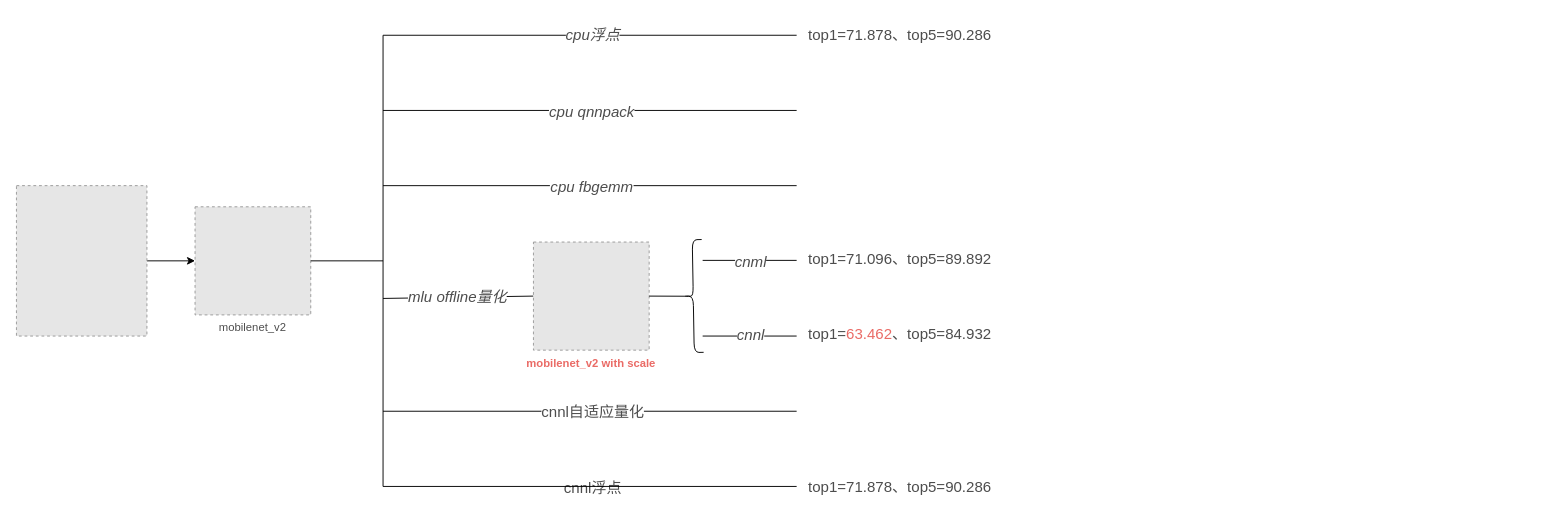
Earlier version of the draw.io diagram torch/quantize_analysis.drawio (alanzhai219/dive_into_framework). Source tidied: cells renumbered, new cells numbered last; positions are measured from the earlier drawing's top-left corner, leaving out a move shared by most shapes. Both pictures are drawn from the tidied source at 94%, with x=0, y=0 at pixel (16, 16). Pictures stored in the file or linked from it are replaced by grey dashed boxes.
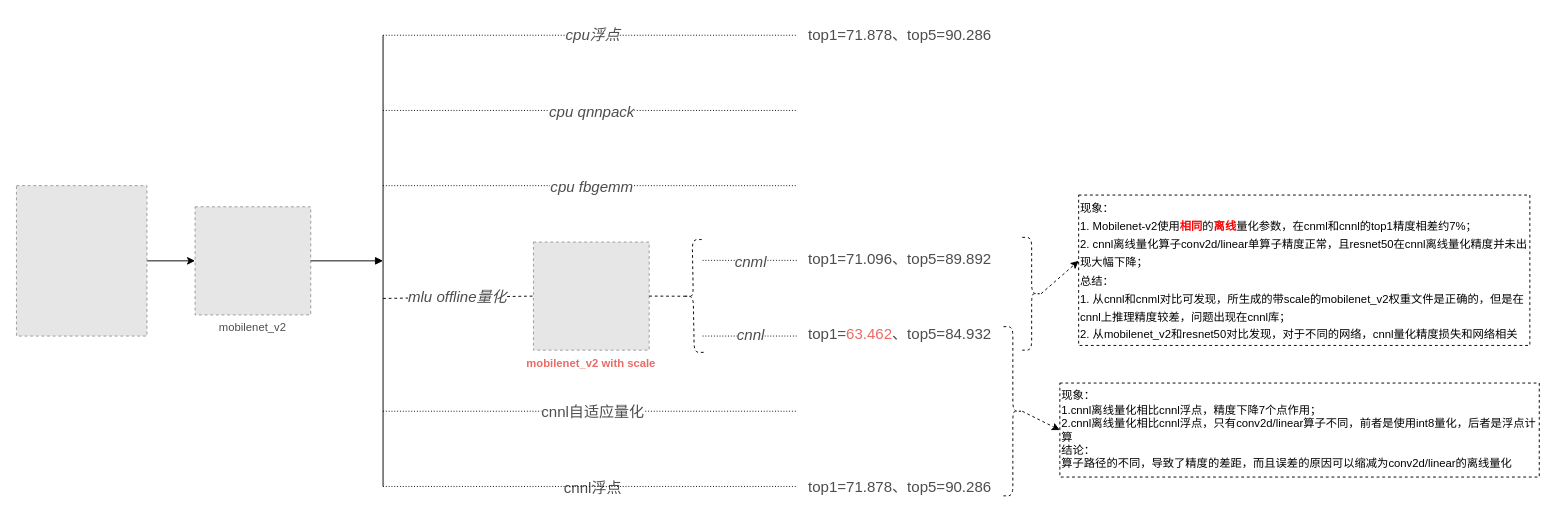
The same page after the edit.

The change refers to these unchanged cells:
```xml
<mxCell id="4" value="mobilenet_v2" style="fillColor=#E6E6E6;strokeColor=#999999;dashed=1;verticalLabelPosition=bottom;verticalAlign=top;fontColor=#4D4D4D;" parent="1" vertex="1">
  <mxGeometry x="190" y="202.5" width="123.1" height="115" as="geometry" />
</mxCell>
<mxCell id="19" value="mobilenet_v2 with scale" style="fillColor=#E6E6E6;strokeColor=#999999;dashed=1;verticalLabelPosition=bottom;verticalAlign=top;fontStyle=1;fontColor=#EA6B66;" parent="1" vertex="1">
  <mxGeometry x="550" y="240" width="123.1" height="115" as="geometry" />
</mxCell>
```

The edit, as a diff of the source:
```diff
@@
-    <mxCell id="5" style="endArrow=none;html=1;rounded=0;exitX=1;exitY=0.5;exitDx=0;exitDy=0;fontColor=#4D4D4D;" parent="1" edge="1" source="4">
+    <mxCell id="5" style="endArrow=block;html=1;rounded=0;exitX=1;exitY=0.5;exitDx=0;exitDy=0;fontColor=#4D4D4D;endFill=1;" parent="1" edge="1" source="4">
       <mxGeometry relative="1" as="geometry">
         <mxPoint x="390" y="260" as="targetPoint" />
       </mxGeometry>
     </mxCell>
@@
-    <mxCell id="7" style="endArrow=none;html=1;rounded=0;fontColor=#4D4D4D;" parent="1" edge="1">
+    <mxCell id="7" style="endArrow=none;html=1;rounded=0;fontColor=#4D4D4D;dashed=1;dashPattern=1 2;" parent="1" edge="1">
       <mxGeometry relative="1" as="geometry">
         <mxPoint x="390" y="20" as="sourcePoint" />
         <mxPoint x="830" y="20" as="targetPoint" />
       </mxGeometry>
     </mxCell>
@@
-    <mxCell id="9" style="endArrow=none;html=1;rounded=0;fontColor=#4D4D4D;" parent="1" edge="1">
+    <mxCell id="9" style="endArrow=none;html=1;rounded=0;fontColor=#4D4D4D;dashed=1;dashPattern=1 2;" parent="1" edge="1">
       <mxGeometry relative="1" as="geometry">
         <mxPoint x="390" y="100" as="sourcePoint" />
         <mxPoint x="830" y="100" as="targetPoint" />
       </mxGeometry>
     </mxCell>
@@
-    <mxCell id="11" style="endArrow=none;html=1;rounded=0;fontColor=#4D4D4D;" parent="1" edge="1">
+    <mxCell id="11" style="endArrow=none;html=1;rounded=0;fontColor=#4D4D4D;dashed=1;dashPattern=1 2;" parent="1" edge="1">
       <mxGeometry relative="1" as="geometry">
         <mxPoint x="390" y="180" as="sourcePoint" />
         <mxPoint x="830" y="180" as="targetPoint" />
       </mxGeometry>
     </mxCell>
@@
-    <mxCell id="13" style="endArrow=none;html=1;rounded=0;entryX=0;entryY=0.5;entryDx=0;entryDy=0;fontColor=#4D4D4D;" parent="1" edge="1" target="19">
+    <mxCell id="13" style="endArrow=none;html=1;rounded=0;entryX=0;entryY=0.5;entryDx=0;entryDy=0;fontColor=#4D4D4D;dashed=1;" parent="1" edge="1" target="19">
       <mxGeometry relative="1" as="geometry">
         <mxPoint x="390" y="300" as="sourcePoint" />
       </mxGeometry>
     </mxCell>
@@
-    <mxCell id="15" style="endArrow=none;html=1;rounded=0;fontColor=#4D4D4D;" parent="1" edge="1">
+    <mxCell id="15" style="endArrow=none;html=1;rounded=0;fontColor=#4D4D4D;dashed=1;dashPattern=1 2;" parent="1" edge="1">
       <mxGeometry relative="1" as="geometry">
         <mxPoint x="390" y="420" as="sourcePoint" />
         <mxPoint x="830" y="420" as="targetPoint" />
       </mxGeometry>
     </mxCell>
@@
-    <mxCell id="17" style="endArrow=none;html=1;rounded=0;fontColor=#4D4D4D;" parent="1" edge="1">
+    <mxCell id="17" style="endArrow=none;html=1;rounded=0;fontColor=#4D4D4D;dashed=1;dashPattern=1 2;" parent="1" edge="1">
       <mxGeometry relative="1" as="geometry">
         <mxPoint x="390" y="500" as="sourcePoint" />
         <mxPoint x="830" y="500" as="targetPoint" />
       </mxGeometry>
     </mxCell>
@@
-    <mxCell id="20" style="shape=curlyBracket;whiteSpace=wrap;html=1;rounded=1;flipH=1;fontColor=#4D4D4D;rotation=-181;" parent="1" vertex="1">
+    <mxCell id="20" style="shape=curlyBracket;whiteSpace=wrap;html=1;rounded=1;flipH=1;fontColor=#4D4D4D;rotation=-181;dashed=1;" parent="1" vertex="1">
       <mxGeometry x="710" y="237.5" width="20" height="120" as="geometry" />
     </mxCell>
-    <mxCell id="21" style="endArrow=none;html=1;rounded=0;fontColor=#4D4D4D;exitX=1;exitY=0.5;exitDx=0;exitDy=0;entryX=0.1;entryY=0.5;entryDx=0;entryDy=0;entryPerimeter=0;" parent="1" edge="1" source="19" target="20">
+    <mxCell id="21" style="endArrow=none;html=1;rounded=0;fontColor=#4D4D4D;exitX=1;exitY=0.5;exitDx=0;exitDy=0;entryX=0.1;entryY=0.5;entryDx=0;entryDy=0;entryPerimeter=0;dashed=1;" parent="1" edge="1" source="19" target="20">
       <mxGeometry relative="1" as="geometry" />
     </mxCell>
-    <mxCell id="22" style="endArrow=none;html=1;rounded=0;fontColor=#4D4D4D;" parent="1" edge="1">
+    <mxCell id="22" style="endArrow=none;html=1;rounded=0;fontColor=#4D4D4D;dashed=1;dashPattern=1 2;" parent="1" edge="1">
       <mxGeometry relative="1" as="geometry">
         <mxPoint x="730" y="259.5" as="sourcePoint" />
         <mxPoint x="830" y="259.5" as="targetPoint" />
       </mxGeometry>
     </mxCell>
@@
-    <mxCell id="24" style="endArrow=none;html=1;rounded=0;fontColor=#4D4D4D;" parent="1" edge="1">
+    <mxCell id="24" style="endArrow=none;html=1;rounded=0;fontColor=#4D4D4D;dashed=1;dashPattern=1 2;" parent="1" edge="1">
       <mxGeometry relative="1" as="geometry">
         <mxPoint x="730" y="340" as="sourcePoint" />
         <mxPoint x="830" y="340" as="targetPoint" />
       </mxGeometry>
     </mxCell>
@@
+    <mxCell id="30" style="shape=curlyBracket;whiteSpace=wrap;html=1;rounded=1;flipH=1;dashed=1;fontSize=16;fontColor=#EA6B66;" parent="1" vertex="1">
+      <mxGeometry x="1070" y="235" width="20" height="120" as="geometry" />
+    </mxCell>
+    <mxCell id="31" value="&lt;font style=&quot;font-size: 12px&quot;&gt;&lt;font color=&quot;#000000&quot;&gt;现象：&lt;br&gt;1. Mobilenet-v2使用&lt;/font&gt;&lt;font color=&quot;#ff0000&quot;&gt;&lt;b&gt;相同&lt;/b&gt;&lt;/font&gt;&lt;font color=&quot;#000000&quot;&gt;的&lt;/font&gt;&lt;b&gt;&lt;font color=&quot;#ff0000&quot;&gt;离线&lt;/font&gt;&lt;/b&gt;&lt;font color=&quot;#000000&quot;&gt;量化参数，在cnml和cnnl的top1精度相差约7%；&lt;br&gt;2. cnnl离线量化算子conv2d/linear单算子精度正常，且resnet50在cnnl离线量化精度并未出现大幅下降；&lt;br&gt;总结：&lt;br&gt;1. 从cnnl和cnml对比可发现，所生成的带scale的mobilenet_v2权重文件是正确的，但是在cnnl上推理精度较差，问题出现在cnnl库；&lt;br&gt;2. 从mobilenet_v2和resnet50对比发现，对于不同的网络，cnnl量化精度损失和网络相关&lt;br&gt;&lt;/font&gt;&lt;/font&gt;" style="text;html=1;strokeColor=default;fillColor=none;align=left;verticalAlign=middle;whiteSpace=wrap;rounded=0;dashed=1;fontSize=16;fontColor=#EA6B66;" parent="1" vertex="1">
+      <mxGeometry x="1130" y="190" width="480" height="160" as="geometry" />
+    </mxCell>
+    <mxCell id="32" style="shape=curlyBracket;whiteSpace=wrap;html=1;rounded=1;flipH=1;dashed=1;fontSize=12;fontColor=#FF0000;" parent="1" vertex="1">
+      <mxGeometry x="1050" y="330" width="20" height="180" as="geometry" />
+    </mxCell>
+    <mxCell id="33" value="&lt;font color=&quot;#000000&quot;&gt;现象：&lt;br&gt;1.cnnl离线量化相比cnnl浮点，精度下降7个点作用；&lt;br&gt;2.cnnl离线量化相比cnnl浮点，只有conv2d/linear算子不同，前者是使用int8量化，后者是浮点计算&lt;br&gt;结论：&lt;br&gt;算子路径的不同，导致了精度的差距，而且误差的原因可以缩减为conv2d/linear的离线量化&lt;br&gt;&lt;/font&gt;" style="text;html=1;strokeColor=default;fillColor=none;align=left;verticalAlign=middle;whiteSpace=wrap;rounded=0;dashed=1;fontSize=12;fontColor=#FF0000;" parent="1" vertex="1">
+      <mxGeometry x="1110" y="390" width="510" height="100" as="geometry" />
+    </mxCell>
+    <mxCell id="34" style="endArrow=classic;html=1;rounded=0;dashed=1;fontSize=12;fontColor=#000000;entryX=0;entryY=0.5;entryDx=0;entryDy=0;" parent="1" edge="1" target="33">
+      <mxGeometry relative="1" as="geometry">
+        <mxPoint x="1070" y="420" as="sourcePoint" />
+      </mxGeometry>
+    </mxCell>
+    <mxCell id="35" style="endArrow=classic;html=1;rounded=0;dashed=1;fontSize=12;fontColor=#000000;" parent="1" edge="1">
+      <mxGeometry relative="1" as="geometry">
+        <mxPoint x="1090" y="295" as="sourcePoint" />
+        <mxPoint x="1130" y="260" as="targetPoint" />
+      </mxGeometry>
+    </mxCell>
```
